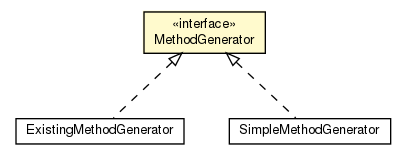
This is javadocs/main/org/androidtransfuse/gen/componentBuilder/MethodGenerator.png from johncarl81/transfuse, a Graphviz export, as it was before one commit. Its source is kept beside it as javadocs/main/org/androidtransfuse/gen/componentBuilder/MethodGenerator.dot.
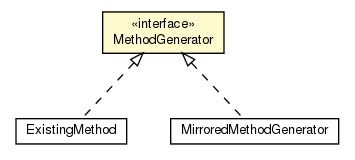
The same file after the commit.

Change to the diagram source:
```diff
@@ -4,22 +4,22 @@
 	node [fontname="Helvetica",fontsize=10,shape=plaintext];
 	nodesep=0.25;
 	ranksep=0.5;
-	c70237 [label=<<table title="org.androidtransfuse.gen.componentBuilder.ExistingMethodGenerator" border="0" cellborder="1" cellspacing="0" cellpadding="2" port="p" href="./ExistingMethodGenerator.html">
-		<tr><td><table border="0" cellspacing="0" cellpadding="1">
-<tr><td align="center" balign="center"> ExistingMethodGenerator </td></tr>
-		</table></td></tr>
-		</table>>, fontname="Helvetica", fontcolor="black", fontsize=10.0];
-	c70241 [label=<<table title="org.androidtransfuse.gen.componentBuilder.MethodGenerator" border="0" cellborder="1" cellspacing="0" cellpadding="2" port="p" bgcolor="lemonChiffon" href="./MethodGenerator.html">
+	c86468 [label=<<table title="org.androidtransfuse.gen.componentBuilder.MethodGenerator" border="0" cellborder="1" cellspacing="0" cellpadding="2" port="p" bgcolor="lemonChiffon" href="./MethodGenerator.html">
 		<tr><td><table border="0" cellspacing="0" cellpadding="1">
 <tr><td align="center" balign="center"> &#171;interface&#187; </td></tr>
 <tr><td align="center" balign="center"> MethodGenerator </td></tr>
 		</table></td></tr>
 		</table>>, fontname="Helvetica", fontcolor="black", fontsize=10.0];
-	c70247 [label=<<table title="org.androidtransfuse.gen.componentBuilder.SimpleMethodGenerator" border="0" cellborder="1" cellspacing="0" cellpadding="2" port="p" href="./SimpleMethodGenerator.html">
+	c86469 [label=<<table title="org.androidtransfuse.gen.componentBuilder.ExistingMethod" border="0" cellborder="1" cellspacing="0" cellpadding="2" port="p" href="./ExistingMethod.html">
 		<tr><td><table border="0" cellspacing="0" cellpadding="1">
-<tr><td align="center" balign="center"> SimpleMethodGenerator </td></tr>
+<tr><td align="center" balign="center"> ExistingMethod </td></tr>
 		</table></td></tr>
 		</table>>, fontname="Helvetica", fontcolor="black", fontsize=10.0];
-	c70241:p -> c70237:p [dir=back,arrowtail=empty,style=dashed];
-	c70241:p -> c70247:p [dir=back,arrowtail=empty,style=dashed];
+	c86473 [label=<<table title="org.androidtransfuse.gen.componentBuilder.MirroredMethodGenerator" border="0" cellborder="1" cellspacing="0" cellpadding="2" port="p" href="./MirroredMethodGenerator.html">
+		<tr><td><table border="0" cellspacing="0" cellpadding="1">
+<tr><td align="center" balign="center"> MirroredMethodGenerator </td></tr>
+		</table></td></tr>
+		</table>>, fontname="Helvetica", fontcolor="black", fontsize=10.0];
+	c86468:p -> c86469:p [dir=back,arrowtail=empty,style=dashed];
+	c86468:p -> c86473:p [dir=back,arrowtail=empty,style=dashed];
 }
```
